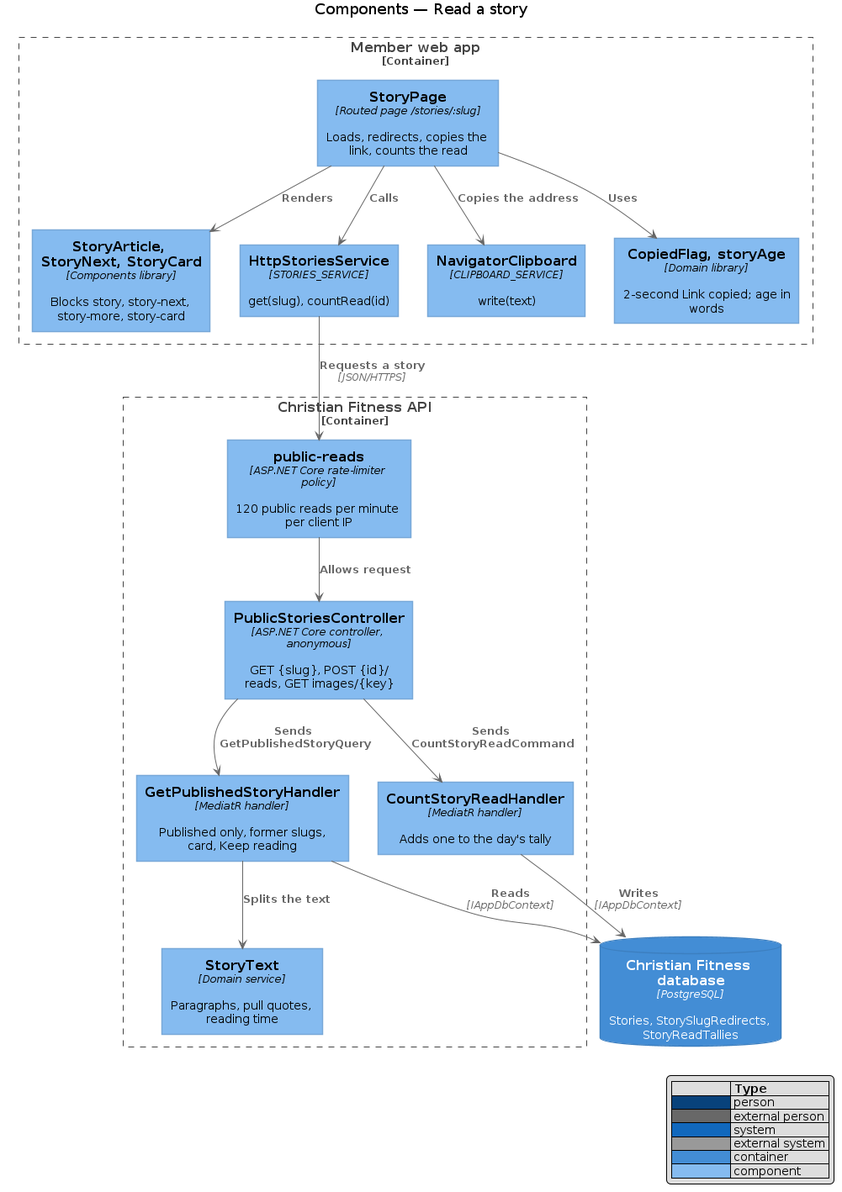
Earlier version of the PlantUML export docs/detailed-designs/news/read-story/diagrams/c4-component.png (QuinntyneBrown/christian-fitness). Its source is kept beside it as docs/detailed-designs/news/read-story/diagrams/c4-component.puml.
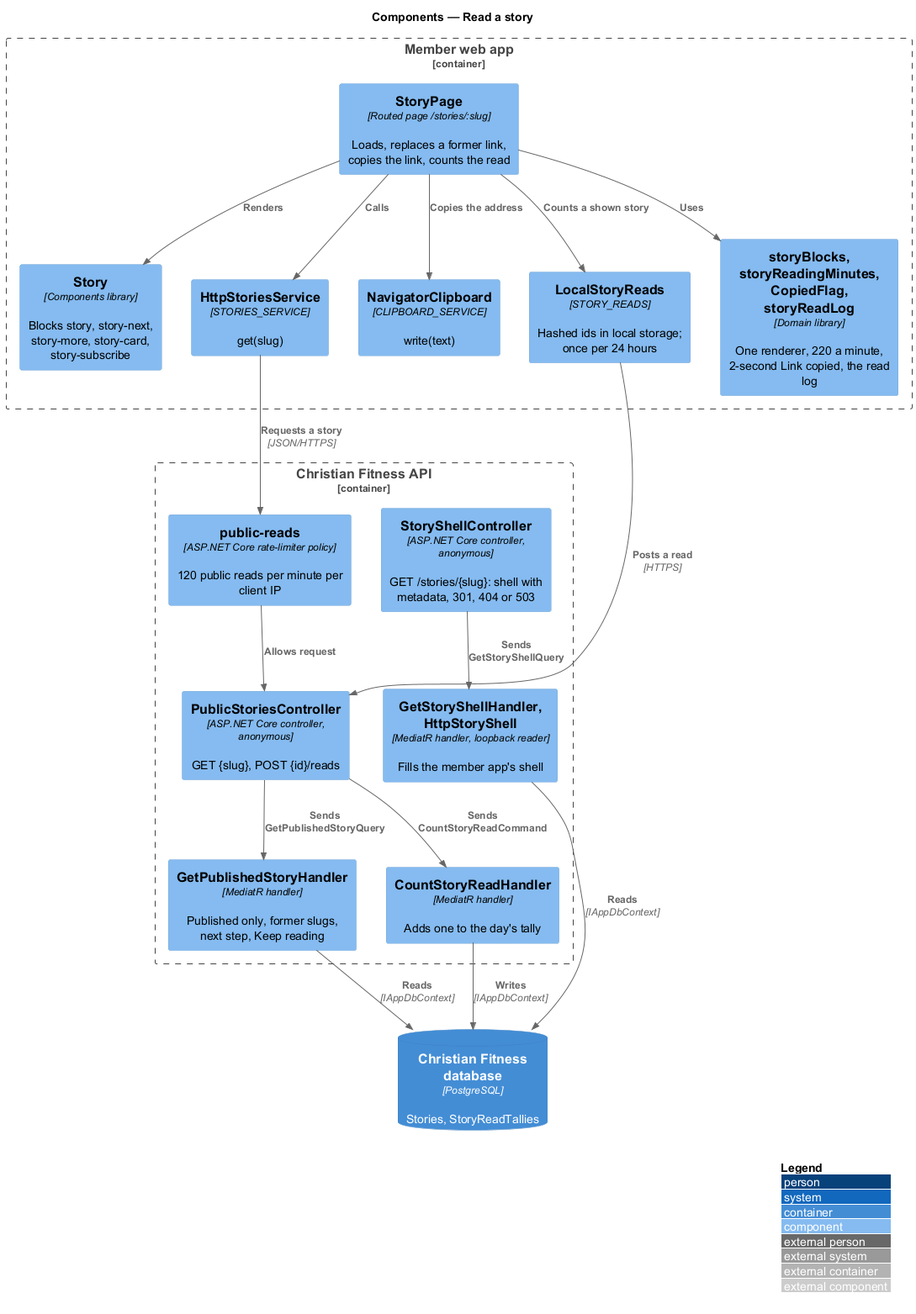
The same file after the commit.

Commit message:
Journey 24: the read-story design and diagrams match what was built

What changed in the source:
```diff
@@ -4,29 +4,34 @@
 title Components — Read a story
 
 Container_Boundary(web, "Member web app") {
-  Component(page, "StoryPage", "Routed page /stories/:slug", "Loads, redirects, copies the link, counts the read")
-  Component(article, "StoryArticle, StoryNext, StoryCard", "Components library", "Blocks story, story-next, story-more, story-card")
-  Component(client, "HttpStoriesService", "STORIES_SERVICE", "get(slug), countRead(id)")
+  Component(page, "StoryPage", "Routed page /stories/:slug", "Loads, replaces a former link, copies the link, counts the read")
+  Component(article, "Story", "Components library", "Blocks story, story-next, story-more, story-card, story-subscribe")
+  Component(client, "HttpStoriesService", "STORIES_SERVICE", "get(slug)")
   Component(clip, "NavigatorClipboard", "CLIPBOARD_SERVICE", "write(text)")
-  Component(copied, "CopiedFlag, storyAge", "Domain library", "2-second Link copied; age in words")
+  Component(reads, "LocalStoryReads", "STORY_READS", "Hashed ids in local storage; once per 24 hours")
+  Component(domain, "storyBlocks, storyReadingMinutes, CopiedFlag, storyReadLog", "Domain library", "One renderer, 220 a minute, 2-second Link copied, the read log")
 }
 Container_Boundary(api, "Christian Fitness API") {
-  Component(ctrl, "PublicStoriesController", "ASP.NET Core controller, anonymous", "GET {slug}, POST {id}/reads, GET images/{key}")
-  Component(q, "GetPublishedStoryHandler", "MediatR handler", "Published only, former slugs, card, Keep reading")
+  Component(shell, "StoryShellController", "ASP.NET Core controller, anonymous", "GET /stories/{slug}: shell with metadata, 301, 404 or 503")
+  Component(ctrl, "PublicStoriesController", "ASP.NET Core controller, anonymous", "GET {slug}, POST {id}/reads")
+  Component(q, "GetPublishedStoryHandler", "MediatR handler", "Published only, former slugs, next step, Keep reading")
+  Component(s, "GetStoryShellHandler, HttpStoryShell", "MediatR handler, loopback reader", "Fills the member app's shell")
   Component(c, "CountStoryReadHandler", "MediatR handler", "Adds one to the day's tally")
   Component(limit, "public-reads", "ASP.NET Core rate-limiter policy", "120 public reads per minute per client IP")
-  Component(text, "StoryText", "Domain service", "Paragraphs, pull quotes, reading time")
 }
-ContainerDb(db, "Christian Fitness database", "PostgreSQL", "Stories, StorySlugRedirects, StoryReadTallies")
+ContainerDb(db, "Christian Fitness database", "PostgreSQL", "Stories, StoryReadTallies")
 Rel(page, client, "Calls")
 Rel(page, article, "Renders")
 Rel(page, clip, "Copies the address")
-Rel(page, copied, "Uses")
+Rel(page, reads, "Counts a shown story")
+Rel(page, domain, "Uses")
 Rel(client, limit, "Requests a story", "JSON/HTTPS")
 Rel(limit, ctrl, "Allows request")
+Rel(reads, ctrl, "Posts a read", "HTTPS")
 Rel(ctrl, q, "Sends GetPublishedStoryQuery")
 Rel(ctrl, c, "Sends CountStoryReadCommand")
-Rel(q, text, "Splits the text")
+Rel(shell, s, "Sends GetStoryShellQuery")
 Rel(q, db, "Reads", "IAppDbContext")
+Rel(s, db, "Reads", "IAppDbContext")
 Rel(c, db, "Writes", "IAppDbContext")
 @enduml
```
